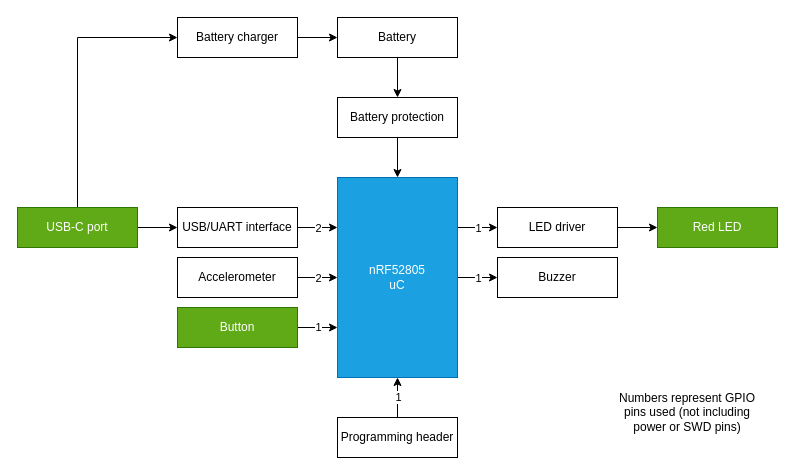
Above: docs/DWG_HW-Architecture.drawio in Embedded-Shark-LLC/BT-Bike-Light (draw.io), before the change. Source tidied: cells renumbered, new cells numbered last; positions are measured from the earlier drawing's top-left corner, leaving out a move shared by most shapes. Both pictures are drawn from the tidied source at 100%, with x=0, y=0 at pixel (17, 17).
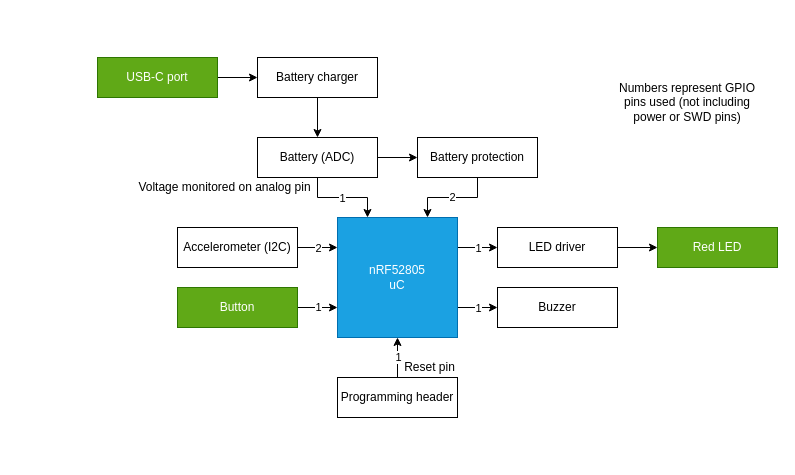
The same diagram, later.

Commit message (it also covers changes not shown here):
Remove USB/UART bridge

Diff of the diagram source:
```diff
@@
-    <mxCell id="4" style="edgeStyle=orthogonalEdgeStyle;rounded=0;jettySize=auto;html=1;" parent="1" edge="1" source="6" target="11">
+    <mxCell id="4" style="edgeStyle=orthogonalEdgeStyle;rounded=0;jettySize=auto;html=1;exitX=1;exitY=0.75;exitDx=0;exitDy=0;" parent="1" edge="1" source="6" target="11">
       <mxGeometry relative="1" as="geometry" />
     </mxCell>
@@
     <mxCell id="6" value="nRF52805&lt;div&gt;uC&lt;/div&gt;" style="rounded=0;whiteSpace=wrap;html=1;fillColor=#1ba1e2;fontColor=#ffffff;strokeColor=#006EAF;" parent="1" vertex="1">
-      <mxGeometry x="320" y="160" width="120" height="200" as="geometry" />
+      <mxGeometry x="320" y="200" width="120" height="120" as="geometry" />
     </mxCell>
     <mxCell id="7" value="Red LED" style="rounded=0;whiteSpace=wrap;html=1;fillColor=#60a917;fontColor=#ffffff;strokeColor=#2D7600;" parent="1" vertex="1">
-      <mxGeometry x="640" y="190" width="120" height="40" as="geometry" />
+      <mxGeometry x="640" y="210" width="120" height="40" as="geometry" />
     </mxCell>
-    <mxCell id="8" style="edgeStyle=orthogonalEdgeStyle;rounded=0;jettySize=auto;html=1;" parent="1" edge="1" source="10" target="6">
+    <mxCell id="8" style="edgeStyle=orthogonalEdgeStyle;rounded=0;jettySize=auto;html=1;entryX=0;entryY=0.25;entryDx=0;entryDy=0;" parent="1" edge="1" source="10" target="6">
       <mxGeometry relative="1" as="geometry" />
     </mxCell>
@@
-    <mxCell id="10" value="Accelerometer" style="rounded=0;whiteSpace=wrap;html=1;" parent="1" vertex="1">
-      <mxGeometry x="160" y="240" width="120" height="40" as="geometry" />
+    <mxCell id="10" value="Accelerometer (I2C)" style="rounded=0;whiteSpace=wrap;html=1;" parent="1" vertex="1">
+      <mxGeometry x="160" y="210" width="120" height="40" as="geometry" />
     </mxCell>
     <mxCell id="11" value="Buzzer" style="rounded=0;whiteSpace=wrap;html=1;" parent="1" vertex="1">
-      <mxGeometry x="480" y="240" width="120" height="40" as="geometry" />
+      <mxGeometry x="480" y="270" width="120" height="40" as="geometry" />
     </mxCell>
+    <mxCell id="33" style="edgeStyle=orthogonalEdgeStyle;rounded=0;jettySize=auto;html=1;exitX=0.5;exitY=1;exitDx=0;exitDy=0;entryX=0.25;entryY=0;entryDx=0;entryDy=0;" parent="1" edge="1" source="13" target="6">
+      <mxGeometry relative="1" as="geometry" />
+    </mxCell>
+    <mxCell id="34" value="1" style="edgeLabel;html=1;align=center;verticalAlign=middle;" parent="33" vertex="1">
+      <mxGeometry x="-0.03" relative="1" as="geometry" />
+    </mxCell>
-    <mxCell id="12" style="edgeStyle=orthogonalEdgeStyle;rounded=0;jettySize=auto;html=1;" parent="1" edge="1" source="13" target="15">
+    <mxCell id="12" style="edgeStyle=orthogonalEdgeStyle;rounded=0;jettySize=auto;html=1;exitX=1;exitY=0.5;exitDx=0;exitDy=0;entryX=0;entryY=0.5;entryDx=0;entryDy=0;" parent="1" edge="1" source="13" target="15">
       <mxGeometry relative="1" as="geometry" />
     </mxCell>
-    <mxCell id="13" value="Battery" style="rounded=0;whiteSpace=wrap;html=1;" parent="1" vertex="1">
-      <mxGeometry x="320" width="120" height="40" as="geometry" />
+    <mxCell id="13" value="Battery (ADC)" style="rounded=0;whiteSpace=wrap;html=1;" parent="1" vertex="1">
+      <mxGeometry x="240" y="120" width="120" height="40" as="geometry" />
     </mxCell>
-    <mxCell id="14" style="edgeStyle=orthogonalEdgeStyle;rounded=0;jettySize=auto;html=1;" parent="1" edge="1" source="15" target="6">
+    <mxCell id="14" style="edgeStyle=orthogonalEdgeStyle;rounded=0;jettySize=auto;html=1;entryX=0.75;entryY=0;entryDx=0;entryDy=0;" parent="1" edge="1" source="15" target="6">
       <mxGeometry relative="1" as="geometry" />
     </mxCell>
+    <mxCell id="23" value="2" style="edgeLabel;html=1;align=center;verticalAlign=middle;" parent="14" vertex="1">
+      <mxGeometry x="0.03" y="-1" relative="1" as="geometry" />
+    </mxCell>
     <mxCell id="15" value="Battery protection" style="rounded=0;whiteSpace=wrap;html=1;" parent="1" vertex="1">
-      <mxGeometry x="320" y="80" width="120" height="40" as="geometry" />
+      <mxGeometry x="400" y="120" width="120" height="40" as="geometry" />
     </mxCell>
-    <mxCell id="16" style="edgeStyle=orthogonalEdgeStyle;rounded=0;jettySize=auto;html=1;" parent="1" edge="1" source="18" target="24">
-      <mxGeometry relative="1" as="geometry" />
-    </mxCell>
-    <mxCell id="17" style="edgeStyle=orthogonalEdgeStyle;rounded=0;jettySize=auto;html=1;exitX=0.5;exitY=0;exitDx=0;exitDy=0;entryX=0;entryY=0.5;entryDx=0;entryDy=0;" parent="1" edge="1" source="18" target="28">
+    <mxCell id="17" style="edgeStyle=orthogonalEdgeStyle;rounded=0;jettySize=auto;html=1;" parent="1" edge="1" source="18" target="28">
       <mxGeometry relative="1" as="geometry" />
     </mxCell>
     <mxCell id="18" value="USB-C port" style="rounded=0;whiteSpace=wrap;html=1;fillColor=#60a917;fontColor=#ffffff;strokeColor=#2D7600;" parent="1" vertex="1">
-      <mxGeometry y="190" width="120" height="40" as="geometry" />
+      <mxGeometry x="80" y="40" width="120" height="40" as="geometry" />
     </mxCell>
@@
     <mxCell id="21" value="Programming header" style="rounded=0;whiteSpace=wrap;html=1;" parent="1" vertex="1">
-      <mxGeometry x="320" y="400" width="120" height="40" as="geometry" />
+      <mxGeometry x="320" y="360" width="120" height="40" as="geometry" />
     </mxCell>
-    <mxCell id="22" style="edgeStyle=orthogonalEdgeStyle;rounded=0;jettySize=auto;html=1;exitX=1;exitY=0.5;exitDx=0;exitDy=0;entryX=0;entryY=0.25;entryDx=0;entryDy=0;" parent="1" edge="1" source="24" target="6">
-      <mxGeometry relative="1" as="geometry" />
-    </mxCell>
-    <mxCell id="23" value="2" style="edgeLabel;html=1;align=center;verticalAlign=middle;" parent="22" vertex="1">
-      <mxGeometry x="-0.02" relative="1" as="geometry" />
-    </mxCell>
-    <mxCell id="24" value="USB/UART interface" style="rounded=0;whiteSpace=wrap;html=1;" parent="1" vertex="1">
-      <mxGeometry x="160" y="190" width="120" height="40" as="geometry" />
-    </mxCell>
@@
     <mxCell id="26" value="LED driver" style="rounded=0;whiteSpace=wrap;html=1;" parent="1" vertex="1">
-      <mxGeometry x="480" y="190" width="120" height="40" as="geometry" />
+      <mxGeometry x="480" y="210" width="120" height="40" as="geometry" />
     </mxCell>
-    <mxCell id="27" style="edgeStyle=orthogonalEdgeStyle;rounded=0;jettySize=auto;html=1;" parent="1" edge="1" source="28" target="13">
+    <mxCell id="27" style="edgeStyle=orthogonalEdgeStyle;rounded=0;jettySize=auto;html=1;exitX=0.5;exitY=1;exitDx=0;exitDy=0;entryX=0.5;entryY=0;entryDx=0;entryDy=0;" parent="1" edge="1" source="28" target="13">
       <mxGeometry relative="1" as="geometry" />
     </mxCell>
     <mxCell id="28" value="Battery charger" style="rounded=0;whiteSpace=wrap;html=1;" parent="1" vertex="1">
-      <mxGeometry x="160" width="120" height="40" as="geometry" />
+      <mxGeometry x="240" y="40" width="120" height="40" as="geometry" />
     </mxCell>
@@
     <mxCell id="31" value="Button" style="rounded=0;whiteSpace=wrap;html=1;fillColor=#60a917;fontColor=#ffffff;strokeColor=#2D7600;" parent="1" vertex="1">
-      <mxGeometry x="160" y="290" width="120" height="40" as="geometry" />
+      <mxGeometry x="160" y="270" width="120" height="40" as="geometry" />
     </mxCell>
     <mxCell id="32" value="Numbers represent GPIO pins used (not including power or SWD pins)" style="text;html=1;align=center;verticalAlign=middle;whiteSpace=wrap;rounded=0;" parent="1" vertex="1">
-      <mxGeometry x="600" y="370" width="140" height="50" as="geometry" />
+      <mxGeometry x="600" y="60" width="140" height="50" as="geometry" />
     </mxCell>
+    <mxCell id="35" value="Voltage monitored on analog pin" style="text;html=1;align=center;verticalAlign=middle;whiteSpace=wrap;rounded=0;fontSize=12;" parent="1" vertex="1">
+      <mxGeometry x="115" y="160" width="185" height="20" as="geometry" />
+    </mxCell>
+    <mxCell id="36" value="Reset pin" style="text;html=1;align=center;verticalAlign=middle;whiteSpace=wrap;rounded=0;fontSize=12;" parent="1" vertex="1">
+      <mxGeometry x="385" y="340" width="55" height="20" as="geometry" />
+    </mxCell>
```
